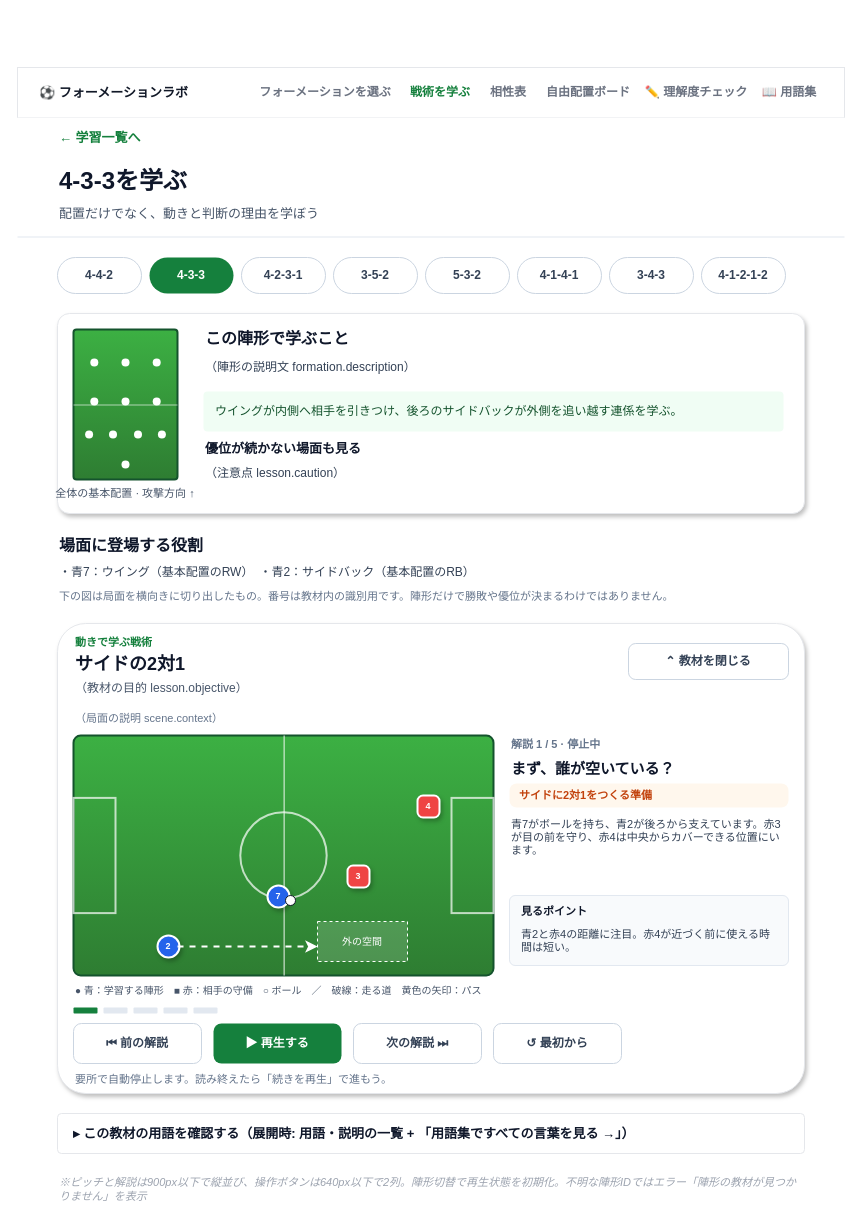
n-yata/soccer-sim keeps this draw.io diagram as page "wireframe-formation-learning" (4 of 8) of docs/specs/2_basic-design/wireframes.drawio. Above is the earlier version. Source tidied: cells renumbered, new cells numbered last; positions are measured from the earlier drawing's top-left corner, leaving out a move shared by most shapes. Both pictures are drawn from the tidied source at 100%, with x=0, y=0 at pixel (17, 67).
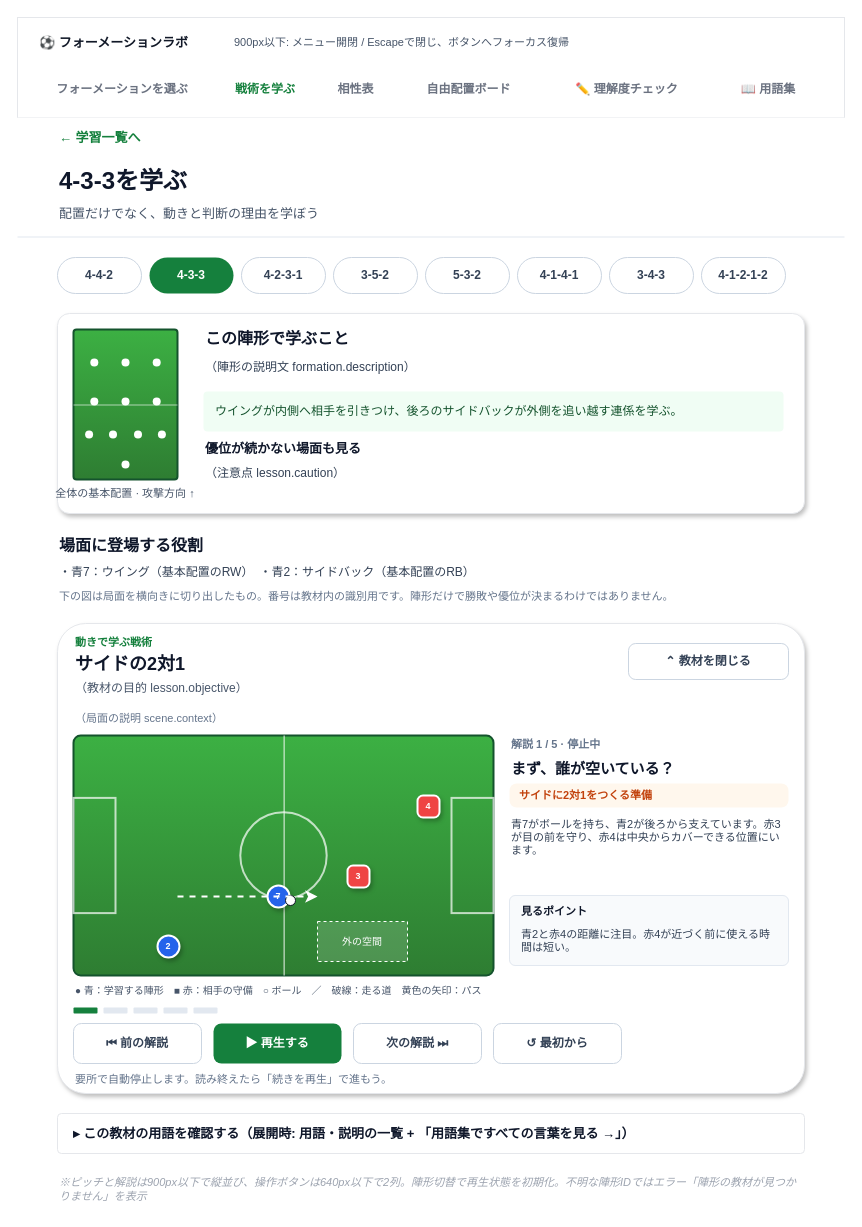
The same diagram, later.

The edit, as a diff of the source:
```diff
@@
     <mxCell id="2" style="rounded=0;whiteSpace=wrap;html=1;fillColor=#FFFFFF;strokeColor=#E5E7EB;strokeWidth=1;" parent="1" vertex="1">
-      <mxGeometry width="827" height="50" as="geometry" />
+      <mxGeometry y="-50" width="827" height="100" as="geometry" />
     </mxCell>
     <mxCell id="3" value="⚽ フォーメーションラボ" style="text;html=1;fontSize=13;fontStyle=1;align=left;verticalAlign=middle;fontColor=#111827;whiteSpace=wrap;" parent="1" vertex="1">
-      <mxGeometry x="20" y="13" width="160" height="24" as="geometry" />
+      <mxGeometry x="20" y="-37" width="160" height="24" as="geometry" />
     </mxCell>
     <mxCell id="4" value="フォーメーションを選ぶ" style="text;html=1;fontSize=12;fontStyle=1;align=center;verticalAlign=middle;fontColor=#6B7280;whiteSpace=wrap;" parent="1" vertex="1">
-      <mxGeometry x="235" y="13" width="146" height="24" as="geometry" />
+      <mxGeometry x="20" y="10" width="170" height="24" as="geometry" />
     </mxCell>
     <mxCell id="5" value="戦術を学ぶ" style="text;html=1;fontSize=12;fontStyle=1;align=center;verticalAlign=middle;fontColor=#15803D;whiteSpace=wrap;" parent="1" vertex="1">
-      <mxGeometry x="385" y="13" width="76" height="24" as="geometry" />
+      <mxGeometry x="198" y="10" width="100" height="24" as="geometry" />
     </mxCell>
     <mxCell id="6" value="相性表" style="text;html=1;fontSize=12;fontStyle=1;align=center;verticalAlign=middle;fontColor=#6B7280;whiteSpace=wrap;" parent="1" vertex="1">
-      <mxGeometry x="465" y="13" width="52" height="24" as="geometry" />
+      <mxGeometry x="306" y="10" width="65" height="24" as="geometry" />
     </mxCell>
     <mxCell id="7" value="自由配置ボード" style="text;html=1;fontSize=12;fontStyle=1;align=center;verticalAlign=middle;fontColor=#6B7280;whiteSpace=wrap;" parent="1" vertex="1">
-      <mxGeometry x="521" y="13" width="100" height="24" as="geometry" />
+      <mxGeometry x="379" y="10" width="145" height="24" as="geometry" />
     </mxCell>
     <mxCell id="8" value="✏️ 理解度チェック" style="text;html=1;fontSize=12;fontStyle=1;align=center;verticalAlign=middle;fontColor=#6B7280;whiteSpace=wrap;" parent="1" vertex="1">
-      <mxGeometry x="625" y="13" width="108" height="24" as="geometry" />
+      <mxGeometry x="532" y="10" width="155" height="24" as="geometry" />
     </mxCell>
     <mxCell id="9" value="📖 用語集" style="text;html=1;fontSize=12;fontStyle=1;align=center;verticalAlign=middle;fontColor=#6B7280;whiteSpace=wrap;" parent="1" vertex="1">
-      <mxGeometry x="737" y="13" width="70" height="24" as="geometry" />
+      <mxGeometry x="695" y="10" width="112" height="24" as="geometry" />
     </mxCell>
@@
     <mxCell id="62" style="endArrow=classic;html=1;strokeColor=#FFFFFF;strokeWidth=2;dashed=1;" parent="1" edge="1">
       <mxGeometry relative="1" as="geometry">
-        <mxPoint x="160" y="879" as="sourcePoint" />
-        <mxPoint x="300" y="879" as="targetPoint" />
+        <mxPoint x="160" y="829" as="sourcePoint" />
+        <mxPoint x="300" y="829" as="targetPoint" />
       </mxGeometry>
     </mxCell>
@@
+    <mxCell id="84" value="900px以下: メニュー開閉 / Escapeで閉じ、ボタンへフォーカス復帰" style="text;html=1;fontSize=11;align=left;whiteSpace=wrap;fontColor=#475569;" parent="1" vertex="1">
+      <mxGeometry x="215" y="-38" width="590" height="28" as="geometry" />
+    </mxCell>
```
